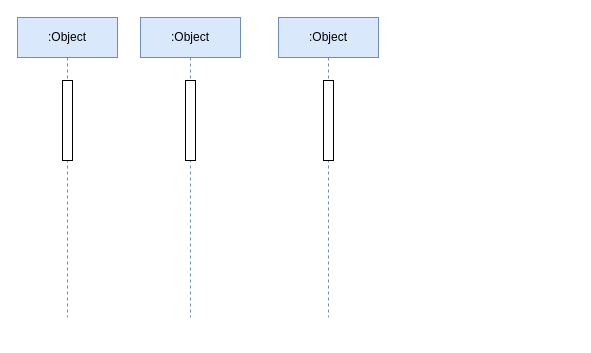
Above: Untitled Diagram.drawio in KAKALZF/resource (draw.io), before the change. Source tidied: cells renumbered, new cells numbered last; positions are measured from the earlier drawing's top-left corner, leaving out a move shared by most shapes. Both pictures are drawn from the tidied source at 100%, with x=0, y=0 at pixel (17, 17).
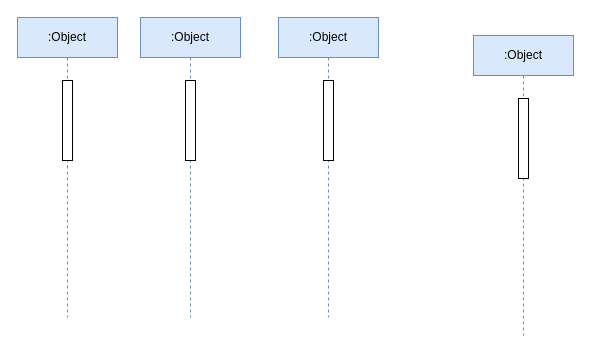
Above is the later version.

Diff of the diagram source:
```diff
@@
 <mxGraphModel>
   <root>
     <mxCell id="0" />
     <mxCell id="1" parent="0" />
     <mxCell id="2" value=":Object" style="shape=umlLifeline;perimeter=lifelinePerimeter;whiteSpace=wrap;html=1;fillColor=#dae8fc;strokeColor=#6c8ebf;" parent="1" vertex="1">
       <mxGeometry width="100" height="300" as="geometry" />
     </mxCell>
     <mxCell id="3" style="html=1;perimeter=orthogonalPerimeter;gradientColor=none;" parent="2" vertex="1">
       <mxGeometry x="45" y="63" width="10" height="80" as="geometry" />
     </mxCell>
     <mxCell id="4" value=":Object" style="shape=umlLifeline;perimeter=lifelinePerimeter;whiteSpace=wrap;html=1;fillColor=#dae8fc;strokeColor=#6c8ebf;" parent="1" vertex="1">
       <mxGeometry x="123" width="100" height="300" as="geometry" />
     </mxCell>
     <mxCell id="5" style="html=1;perimeter=orthogonalPerimeter;gradientColor=none;" parent="4" vertex="1">
       <mxGeometry x="45" y="63" width="10" height="80" as="geometry" />
     </mxCell>
     <mxCell id="6" value=":Object" style="shape=umlLifeline;perimeter=lifelinePerimeter;whiteSpace=wrap;html=1;fillColor=#dae8fc;strokeColor=#6c8ebf;" parent="1" vertex="1">
       <mxGeometry x="261" width="100" height="300" as="geometry" />
     </mxCell>
     <mxCell id="7" style="html=1;perimeter=orthogonalPerimeter;gradientColor=none;" parent="6" vertex="1">
       <mxGeometry x="45" y="63" width="10" height="80" as="geometry" />
     </mxCell>
+    <mxCell id="8" value=":Object" style="shape=umlLifeline;perimeter=lifelinePerimeter;whiteSpace=wrap;html=1;fillColor=#dae8fc;strokeColor=#6c8ebf;" parent="1" vertex="1">
+      <mxGeometry x="456" y="18" width="100" height="300" as="geometry" />
+    </mxCell>
+    <mxCell id="9" style="html=1;perimeter=orthogonalPerimeter;gradientColor=none;" parent="8" vertex="1">
+      <mxGeometry x="45" y="63" width="10" height="80" as="geometry" />
+    </mxCell>
   </root>
 </mxGraphModel>
```
